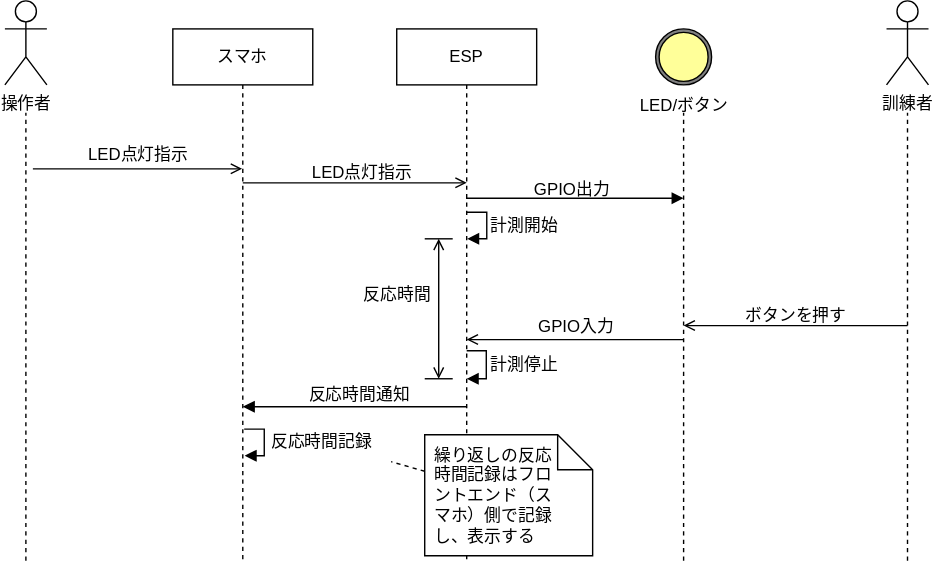
The draw.io diagram images/反応時間計測シーケンス図.drawio.svg in hajimesat0/feather-legs-trainer, before a commit. Source tidied: cells renumbered, new cells last; positions are measured from the earlier drawing's top-left corner, leaving out a move shared by most shapes.
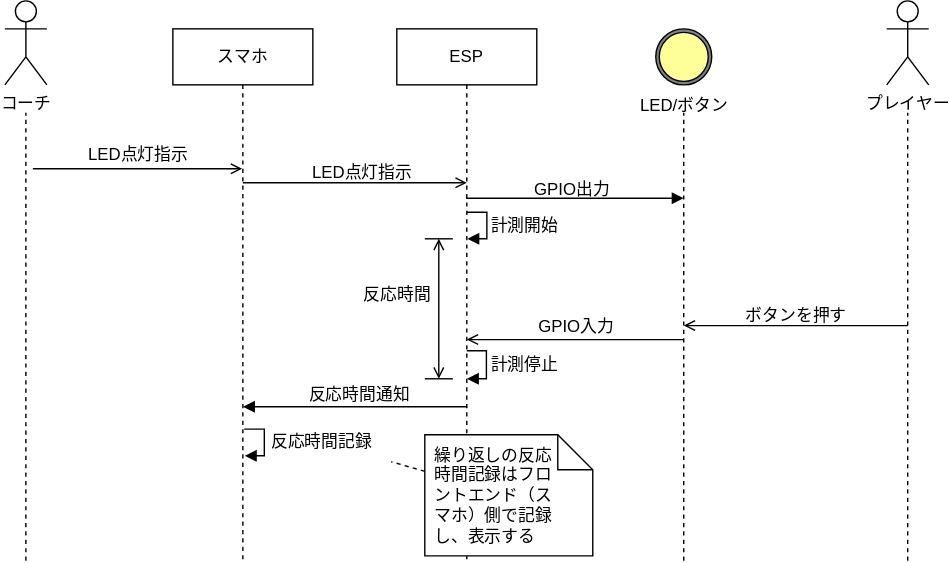
The same diagram one commit later.

What changed in the source:
```diff
@@ -14,7 +14,7 @@
         <mxPoint x="330" y="130" as="targetPoint" />
       </mxGeometry>
     </mxCell>
-    <mxCell id="5" value="操作者" style="shape=umlActor;verticalLabelPosition=bottom;verticalAlign=top;html=1;" parent="1" vertex="1">
+    <mxCell id="5" value="コーチ" style="shape=umlActor;verticalLabelPosition=bottom;verticalAlign=top;html=1;" parent="1" vertex="1">
       <mxGeometry width="30" height="60" as="geometry" />
     </mxCell>
     <mxCell id="6" style="endArrow=none;dashed=1;html=1;" parent="1" edge="1">
@@ -37,7 +37,7 @@
     <mxCell id="10" value="GPIO出力" style="text;html=1;align=center;verticalAlign=middle;strokeColor=none;fillColor=none;" parent="1" vertex="1">
       <mxGeometry x="365" y="120" width="80" height="30" as="geometry" />
     </mxCell>
-    <mxCell id="11" value="訓練者" style="shape=umlActor;verticalLabelPosition=bottom;verticalAlign=top;html=1;" parent="1" vertex="1">
+    <mxCell id="11" value="プレイヤー" style="shape=umlActor;verticalLabelPosition=bottom;verticalAlign=top;html=1;" parent="1" vertex="1">
       <mxGeometry x="630" width="30" height="60" as="geometry" />
     </mxCell>
     <mxCell id="12" style="endArrow=none;dashed=1;html=1;" parent="1" edge="1">
```
